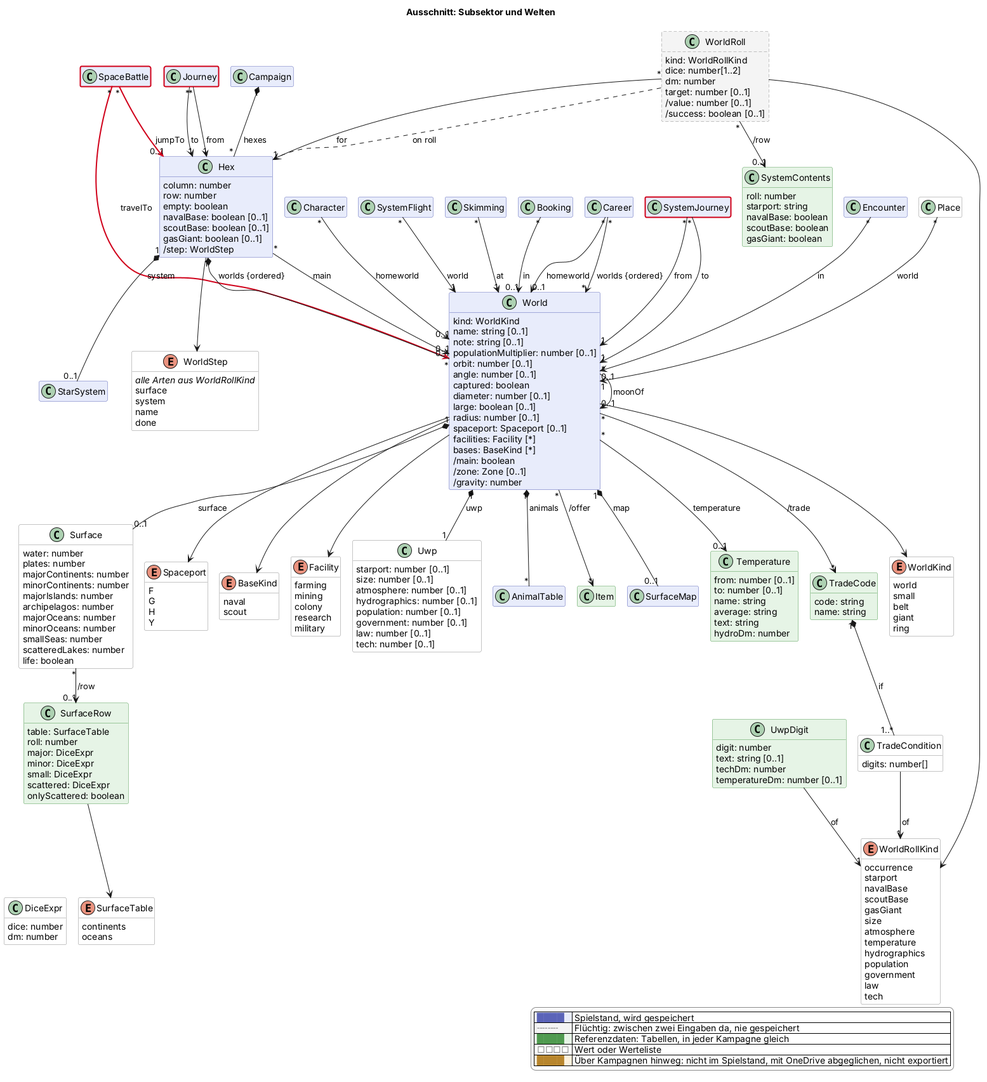
Above: docs/views/sektor.png in scuzzar/SRE (PlantUML), before the change.
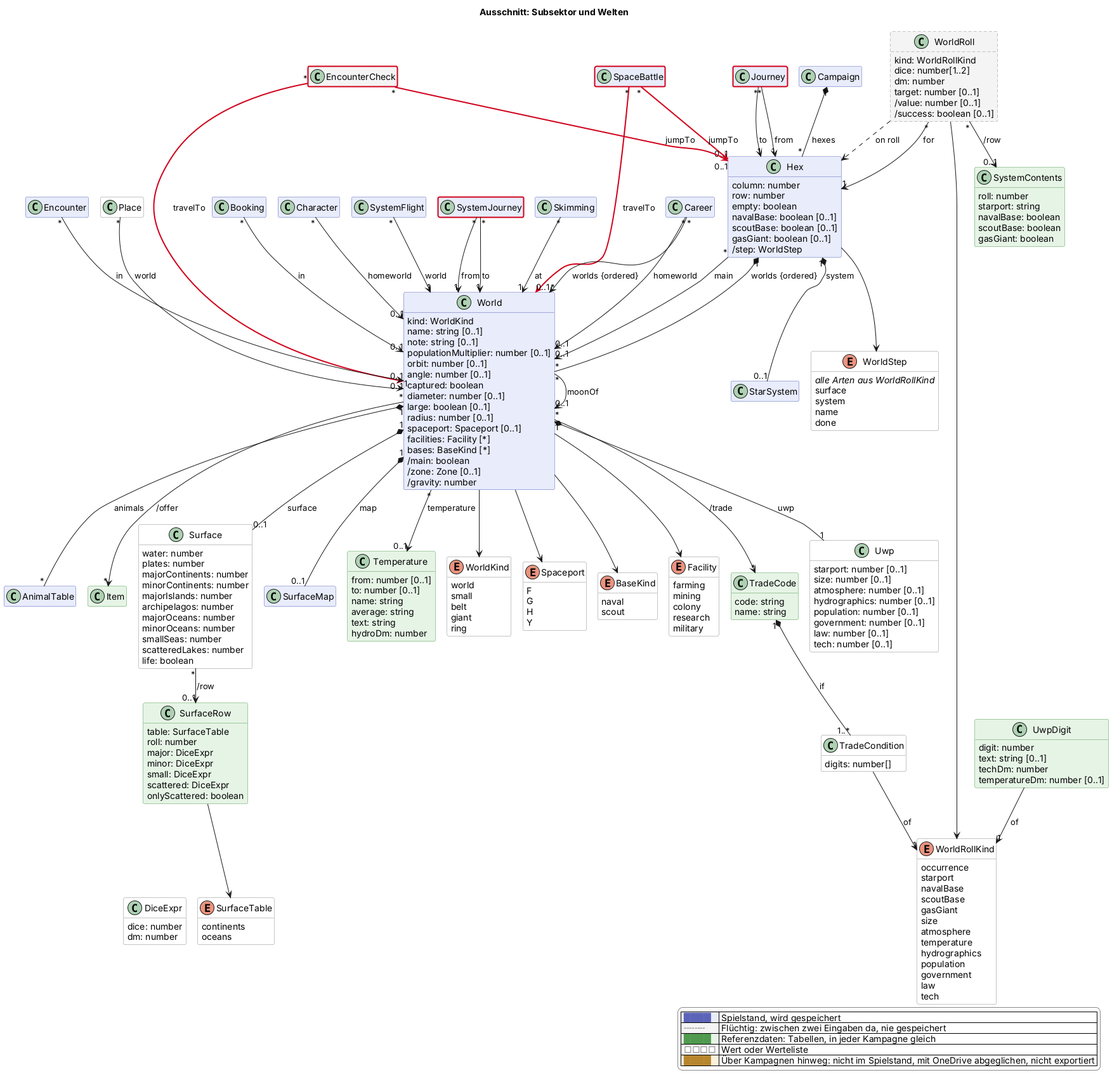
Later version of the same file.

The edit, as a diff of the source:
```diff
@@ -78,6 +78,7 @@
   class StarSystem $raum
   class Skimming $raum
   class SpaceBattle $raum
+  class EncounterCheck <<transient>> $raum $newClass("2026-11-22b")
 
   class Career $erschaffung
 
@@ -249,6 +250,8 @@
 SystemFlight "*" --> "1" World : world
 SpaceBattle "*" -$newArrow("2026-11-22b")-> "0..1" Hex : jumpTo
 SpaceBattle "*" -$newArrow("2026-11-22b")-> "0..1" World : travelTo
+EncounterCheck "*" -$newArrow("2026-11-22b")-> "0..1" Hex : jumpTo
+EncounterCheck "*" -$newArrow("2026-11-22b")-> "0..1" World : travelTo
 Skimming "*" --> "1" World : at
 Hex "1" *-- "0..1" StarSystem : system
 Hex "1" *-- "*" World : worlds {ordered}
```
